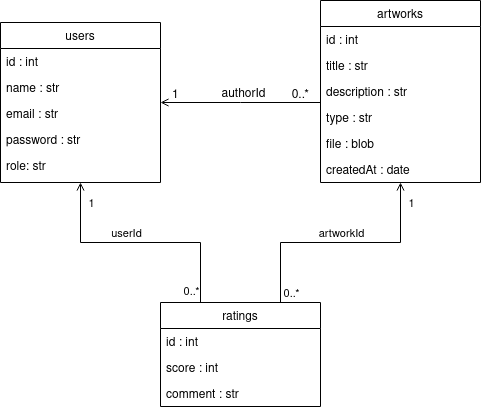
This is doc/diagramas/diagrama_clases.png from raulsoria98/Memoria-TFG, a draw.io export, as it was before one commit. Source tidied: cells renumbered, new cells last; positions are measured from the earlier drawing's top-left corner, leaving out a move shared by most shapes.
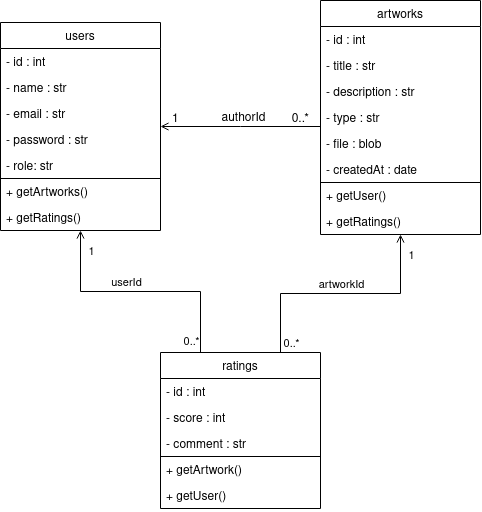
The same file after the commit.

Commit message:
Añadidos métodos a diagrama de clases

The edit, as a diff of the source:
```diff
@@ -3,23 +3,35 @@
     <mxCell id="0" />
     <mxCell id="1" parent="0" />
     <mxCell id="2" value="users" style="swimlane;fontStyle=0;align=center;verticalAlign=top;horizontal=1;startSize=26;rounded=0;shadow=0;strokeWidth=1;" parent="1" vertex="1">
-      <mxGeometry y="22" width="160" height="160" as="geometry" />
+      <mxGeometry y="22" width="160" height="208" as="geometry" />
     </mxCell>
-    <mxCell id="3" value="id : int" style="text;align=left;verticalAlign=top;spacingLeft=4;spacingRight=4;overflow=hidden;" parent="2" vertex="1">
+    <mxCell id="3" value="- id : int" style="text;align=left;verticalAlign=top;spacingLeft=4;spacingRight=4;overflow=hidden;" parent="2" vertex="1">
       <mxGeometry y="26" width="160" height="26" as="geometry" />
     </mxCell>
-    <mxCell id="4" value="name : str" style="text;align=left;verticalAlign=top;spacingLeft=4;spacingRight=4;overflow=hidden;rounded=0;shadow=0;html=0;" parent="2" vertex="1">
+    <mxCell id="4" value="- name : str" style="text;align=left;verticalAlign=top;spacingLeft=4;spacingRight=4;overflow=hidden;rounded=0;shadow=0;html=0;" parent="2" vertex="1">
       <mxGeometry y="52" width="160" height="26" as="geometry" />
     </mxCell>
-    <mxCell id="5" value="email : str" style="text;align=left;verticalAlign=top;spacingLeft=4;spacingRight=4;overflow=hidden;rounded=0;shadow=0;html=0;" parent="2" vertex="1">
+    <mxCell id="5" value="- email : str" style="text;align=left;verticalAlign=top;spacingLeft=4;spacingRight=4;overflow=hidden;rounded=0;shadow=0;html=0;" parent="2" vertex="1">
       <mxGeometry y="78" width="160" height="26" as="geometry" />
     </mxCell>
-    <mxCell id="6" value="password : str" style="text;align=left;verticalAlign=top;spacingLeft=4;spacingRight=4;overflow=hidden;" parent="2" vertex="1">
+    <mxCell id="6" value="- password : str" style="text;align=left;verticalAlign=top;spacingLeft=4;spacingRight=4;overflow=hidden;" parent="2" vertex="1">
       <mxGeometry y="104" width="160" height="26" as="geometry" />
     </mxCell>
-    <mxCell id="7" value="role: str" style="text;align=left;verticalAlign=top;spacingLeft=4;spacingRight=4;overflow=hidden;" parent="2" vertex="1">
+    <mxCell id="7" value="- role: str" style="text;align=left;verticalAlign=top;spacingLeft=4;spacingRight=4;overflow=hidden;" parent="2" vertex="1">
       <mxGeometry y="130" width="160" height="26" as="geometry" />
     </mxCell>
+    <mxCell id="31" style="endArrow=none;html=1;rounded=0;exitX=0;exitY=0.75;exitDx=0;exitDy=0;entryX=1;entryY=0.75;entryDx=0;entryDy=0;" parent="2" edge="1">
+      <mxGeometry relative="1" as="geometry">
+        <mxPoint y="156" as="sourcePoint" />
+        <mxPoint x="160" y="156" as="targetPoint" />
+      </mxGeometry>
+    </mxCell>
+    <mxCell id="32" value="+ getArtworks()" style="text;align=left;verticalAlign=top;spacingLeft=4;spacingRight=4;overflow=hidden;" parent="2" vertex="1">
+      <mxGeometry y="156" width="160" height="26" as="geometry" />
+    </mxCell>
+    <mxCell id="33" value="+ getRatings()" style="text;align=left;verticalAlign=top;spacingLeft=4;spacingRight=4;overflow=hidden;" parent="2" vertex="1">
+      <mxGeometry y="182" width="160" height="26" as="geometry" />
+    </mxCell>
     <mxCell id="8" style="edgeStyle=orthogonalEdgeStyle;rounded=0;jettySize=auto;html=1;entryX=0.5;entryY=1;entryDx=0;entryDy=0;endArrow=open;endFill=0;exitX=0.25;exitY=0;exitDx=0;exitDy=0;startArrow=none;startFill=0;" parent="1" edge="1" source="16" target="2">
       <mxGeometry relative="1" as="geometry" />
     </mxCell>
@@ -57,38 +69,62 @@
       </mxGeometry>
     </mxCell>
     <mxCell id="16" value="ratings" style="swimlane;fontStyle=0;align=center;verticalAlign=top;horizontal=1;startSize=26;rounded=0;shadow=0;strokeWidth=1;" parent="1" vertex="1">
-      <mxGeometry x="160" y="302" width="160" height="104" as="geometry" />
+      <mxGeometry x="160" y="352" width="160" height="156" as="geometry" />
     </mxCell>
-    <mxCell id="17" value="id : int" style="text;align=left;verticalAlign=top;spacingLeft=4;spacingRight=4;overflow=hidden;" parent="16" vertex="1">
+    <mxCell id="17" value="- id : int" style="text;align=left;verticalAlign=top;spacingLeft=4;spacingRight=4;overflow=hidden;" parent="16" vertex="1">
       <mxGeometry y="26" width="160" height="26" as="geometry" />
     </mxCell>
-    <mxCell id="18" value="score : int" style="text;align=left;verticalAlign=top;spacingLeft=4;spacingRight=4;overflow=hidden;rounded=0;shadow=0;html=0;" parent="16" vertex="1">
+    <mxCell id="18" value="- score : int" style="text;align=left;verticalAlign=top;spacingLeft=4;spacingRight=4;overflow=hidden;rounded=0;shadow=0;html=0;" parent="16" vertex="1">
       <mxGeometry y="52" width="160" height="26" as="geometry" />
     </mxCell>
-    <mxCell id="19" value="comment : str" style="text;align=left;verticalAlign=top;spacingLeft=4;spacingRight=4;overflow=hidden;rounded=0;shadow=0;html=0;" parent="16" vertex="1">
+    <mxCell id="19" value="- comment : str" style="text;align=left;verticalAlign=top;spacingLeft=4;spacingRight=4;overflow=hidden;rounded=0;shadow=0;html=0;" parent="16" vertex="1">
       <mxGeometry y="78" width="160" height="26" as="geometry" />
     </mxCell>
+    <mxCell id="34" style="endArrow=none;html=1;rounded=0;exitX=0;exitY=0.5;exitDx=0;exitDy=0;entryX=1;entryY=0.5;entryDx=0;entryDy=0;" parent="16" edge="1">
+      <mxGeometry relative="1" as="geometry">
+        <mxPoint y="104" as="sourcePoint" />
+        <mxPoint x="160" y="104" as="targetPoint" />
+      </mxGeometry>
+    </mxCell>
+    <mxCell id="35" value="+ getArtwork()" style="text;align=left;verticalAlign=top;spacingLeft=4;spacingRight=4;overflow=hidden;rounded=0;shadow=0;html=0;" parent="16" vertex="1">
+      <mxGeometry y="104" width="160" height="26" as="geometry" />
+    </mxCell>
+    <mxCell id="36" value="+ getUser()" style="text;align=left;verticalAlign=top;spacingLeft=4;spacingRight=4;overflow=hidden;rounded=0;shadow=0;html=0;" parent="16" vertex="1">
+      <mxGeometry y="130" width="160" height="26" as="geometry" />
+    </mxCell>
     <mxCell id="20" value="artworks" style="swimlane;fontStyle=0;align=center;verticalAlign=top;horizontal=1;startSize=26;rounded=0;shadow=0;strokeWidth=1;" parent="1" vertex="1">
-      <mxGeometry x="320" width="160" height="182" as="geometry" />
+      <mxGeometry x="320" width="160" height="234" as="geometry" />
     </mxCell>
-    <mxCell id="21" value="id : int" style="text;align=left;verticalAlign=top;spacingLeft=4;spacingRight=4;overflow=hidden;" parent="20" vertex="1">
+    <mxCell id="21" value="- id : int" style="text;align=left;verticalAlign=top;spacingLeft=4;spacingRight=4;overflow=hidden;" parent="20" vertex="1">
       <mxGeometry y="26" width="160" height="26" as="geometry" />
     </mxCell>
-    <mxCell id="22" value="title : str" style="text;align=left;verticalAlign=top;spacingLeft=4;spacingRight=4;overflow=hidden;rounded=0;shadow=0;html=0;" parent="20" vertex="1">
+    <mxCell id="22" value="- title : str" style="text;align=left;verticalAlign=top;spacingLeft=4;spacingRight=4;overflow=hidden;rounded=0;shadow=0;html=0;" parent="20" vertex="1">
       <mxGeometry y="52" width="160" height="26" as="geometry" />
     </mxCell>
-    <mxCell id="23" value="description : str" style="text;align=left;verticalAlign=top;spacingLeft=4;spacingRight=4;overflow=hidden;rounded=0;shadow=0;html=0;" parent="20" vertex="1">
+    <mxCell id="23" value="- description : str" style="text;align=left;verticalAlign=top;spacingLeft=4;spacingRight=4;overflow=hidden;rounded=0;shadow=0;html=0;" parent="20" vertex="1">
       <mxGeometry y="78" width="160" height="26" as="geometry" />
     </mxCell>
-    <mxCell id="24" value="type : str" style="text;align=left;verticalAlign=top;spacingLeft=4;spacingRight=4;overflow=hidden;rounded=0;shadow=0;html=0;" parent="20" vertex="1">
+    <mxCell id="24" value="- type : str" style="text;align=left;verticalAlign=top;spacingLeft=4;spacingRight=4;overflow=hidden;rounded=0;shadow=0;html=0;" parent="20" vertex="1">
       <mxGeometry y="104" width="160" height="26" as="geometry" />
     </mxCell>
-    <mxCell id="25" value="file : blob" style="text;align=left;verticalAlign=top;spacingLeft=4;spacingRight=4;overflow=hidden;rounded=0;shadow=0;html=0;" parent="20" vertex="1">
+    <mxCell id="25" value="- file : blob" style="text;align=left;verticalAlign=top;spacingLeft=4;spacingRight=4;overflow=hidden;rounded=0;shadow=0;html=0;" parent="20" vertex="1">
       <mxGeometry y="130" width="160" height="26" as="geometry" />
     </mxCell>
-    <mxCell id="26" value="createdAt : date" style="text;align=left;verticalAlign=top;spacingLeft=4;spacingRight=4;overflow=hidden;rounded=0;shadow=0;html=0;" parent="20" vertex="1">
+    <mxCell id="26" value="- createdAt : date" style="text;align=left;verticalAlign=top;spacingLeft=4;spacingRight=4;overflow=hidden;rounded=0;shadow=0;html=0;" parent="20" vertex="1">
       <mxGeometry y="156" width="160" height="26" as="geometry" />
     </mxCell>
+    <mxCell id="37" style="endArrow=none;html=1;rounded=0;exitX=0;exitY=0.5;exitDx=0;exitDy=0;entryX=1;entryY=0.5;entryDx=0;entryDy=0;" parent="20" edge="1">
+      <mxGeometry relative="1" as="geometry">
+        <mxPoint y="182" as="sourcePoint" />
+        <mxPoint x="160" y="182" as="targetPoint" />
+      </mxGeometry>
+    </mxCell>
+    <mxCell id="38" value="+ getUser()" style="text;align=left;verticalAlign=top;spacingLeft=4;spacingRight=4;overflow=hidden;rounded=0;shadow=0;html=0;" parent="20" vertex="1">
+      <mxGeometry y="182" width="160" height="26" as="geometry" />
+    </mxCell>
+    <mxCell id="39" value="+ getRatings()" style="text;align=left;verticalAlign=top;spacingLeft=4;spacingRight=4;overflow=hidden;rounded=0;shadow=0;html=0;" parent="20" vertex="1">
+      <mxGeometry y="208" width="160" height="26" as="geometry" />
+    </mxCell>
     <mxCell id="27" style="endArrow=none;shadow=0;strokeWidth=1;rounded=0;endFill=0;edgeStyle=elbowEdgeStyle;elbow=vertical;startArrow=open;startFill=0;" parent="1" edge="1" source="2" target="20">
       <mxGeometry x="0.5" y="41" relative="1" as="geometry">
         <mxPoint x="-40" y="32" as="offset" />
```
